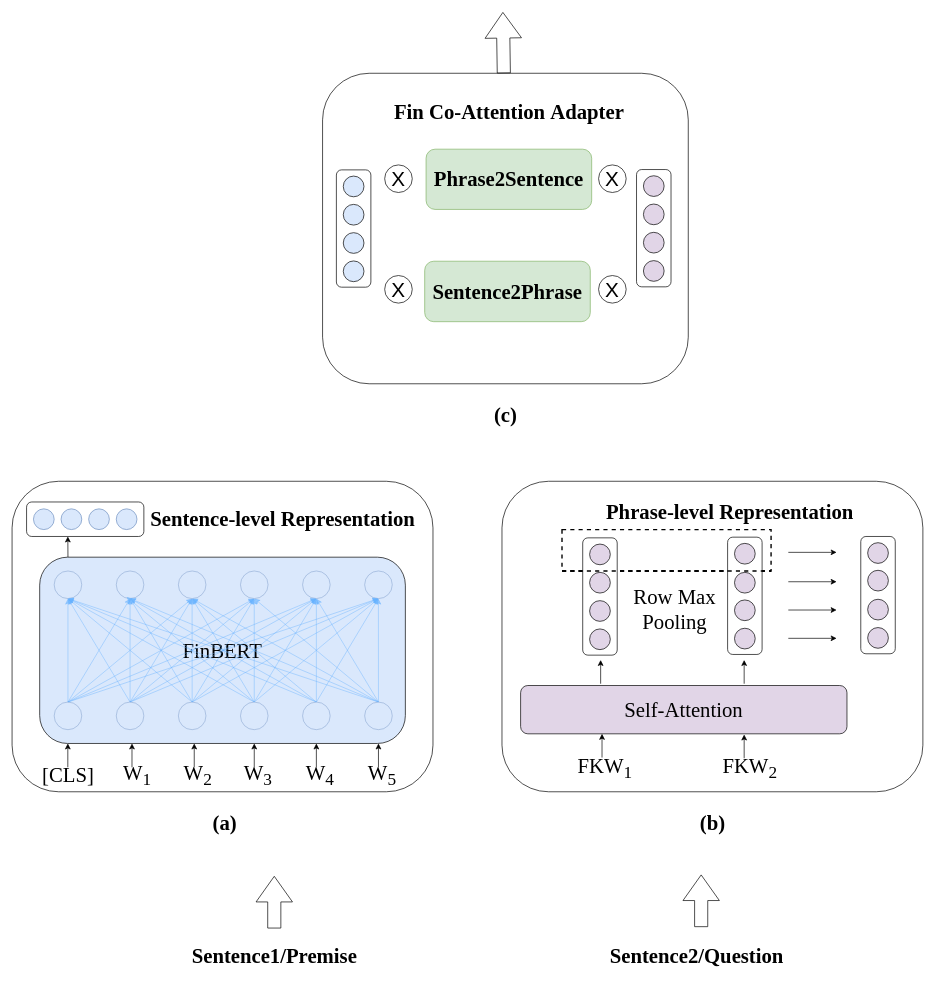
Above: text_match/NLI_method.drawio in lengyueit/paper_pic (draw.io), before the change. Source tidied: cells renumbered, new cells numbered last; positions are measured from the earlier drawing's top-left corner, leaving out a move shared by most shapes. Both pictures are drawn from the tidied source at 69%, with x=0, y=0 at pixel (12, 12).
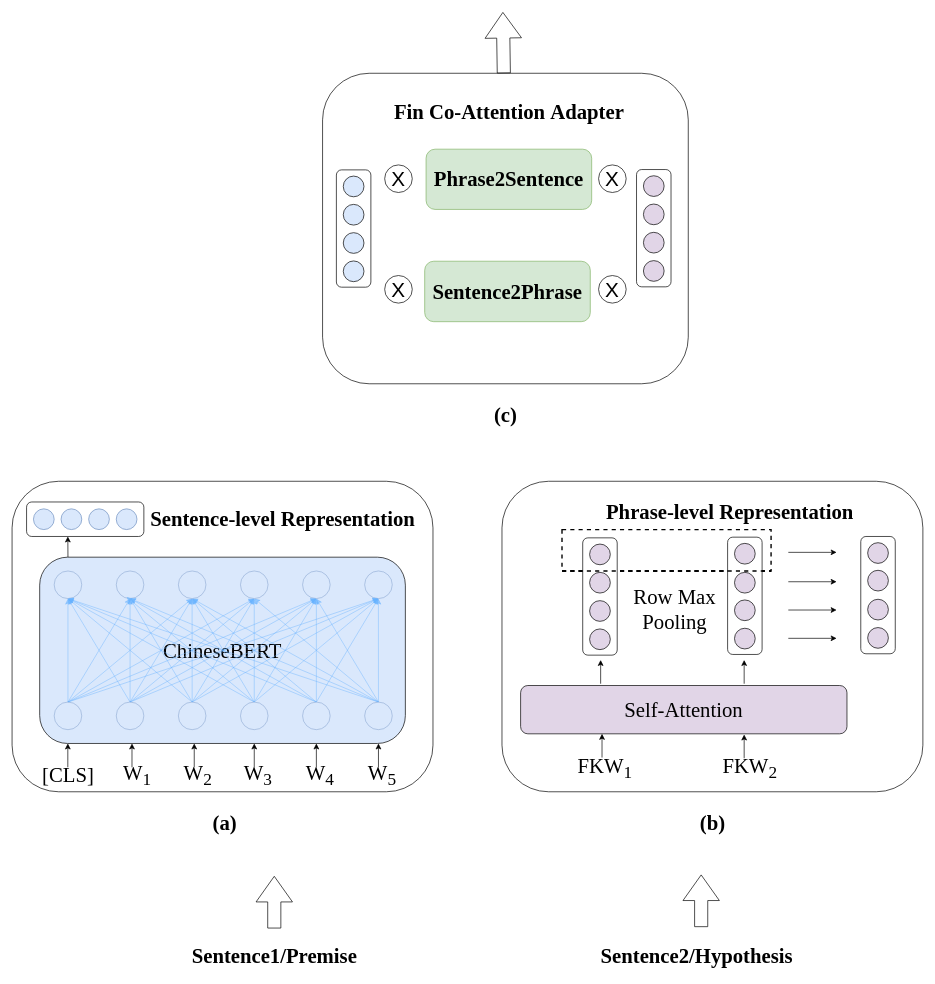
After the change.

Change to the diagram source:
```diff
@@
-    <mxCell id="3" value="&lt;font face=&quot;Times New Roman&quot; style=&quot;font-size: 30px;&quot;&gt;&lt;b&gt;Sentence2/Question&lt;/b&gt;&lt;/font&gt;" style="text;html=1;align=center;verticalAlign=middle;strokeColor=none;fillColor=none;" parent="1" vertex="1">
-      <mxGeometry x="852" y="1342" width="280" height="50" as="geometry" />
+    <mxCell id="3" value="&lt;font face=&quot;Times New Roman&quot; style=&quot;font-size: 30px;&quot;&gt;&lt;b&gt;Sentence2/Hypothesis&lt;/b&gt;&lt;/font&gt;" style="text;html=1;align=center;verticalAlign=middle;strokeColor=none;fillColor=none;" parent="1" vertex="1">
+      <mxGeometry x="842" y="1342" width="300" height="50" as="geometry" />
     </mxCell>
@@
-    <mxCell id="28" value="&lt;font face=&quot;Times New Roman&quot; style=&quot;font-size: 30px;&quot;&gt;FinBERT&lt;/font&gt;" style="rounded=1;whiteSpace=wrap;html=1;fillColor=#dae8fc;strokeColor=default;" parent="1" vertex="1">
+    <mxCell id="28" value="&lt;font face=&quot;Times New Roman&quot; style=&quot;font-size: 30px;&quot;&gt;ChineseBERT&lt;/font&gt;" style="rounded=1;whiteSpace=wrap;html=1;fillColor=#dae8fc;strokeColor=default;" parent="1" vertex="1">
       <mxGeometry x="40" y="790" width="530" height="270" as="geometry" />
     </mxCell>
```
